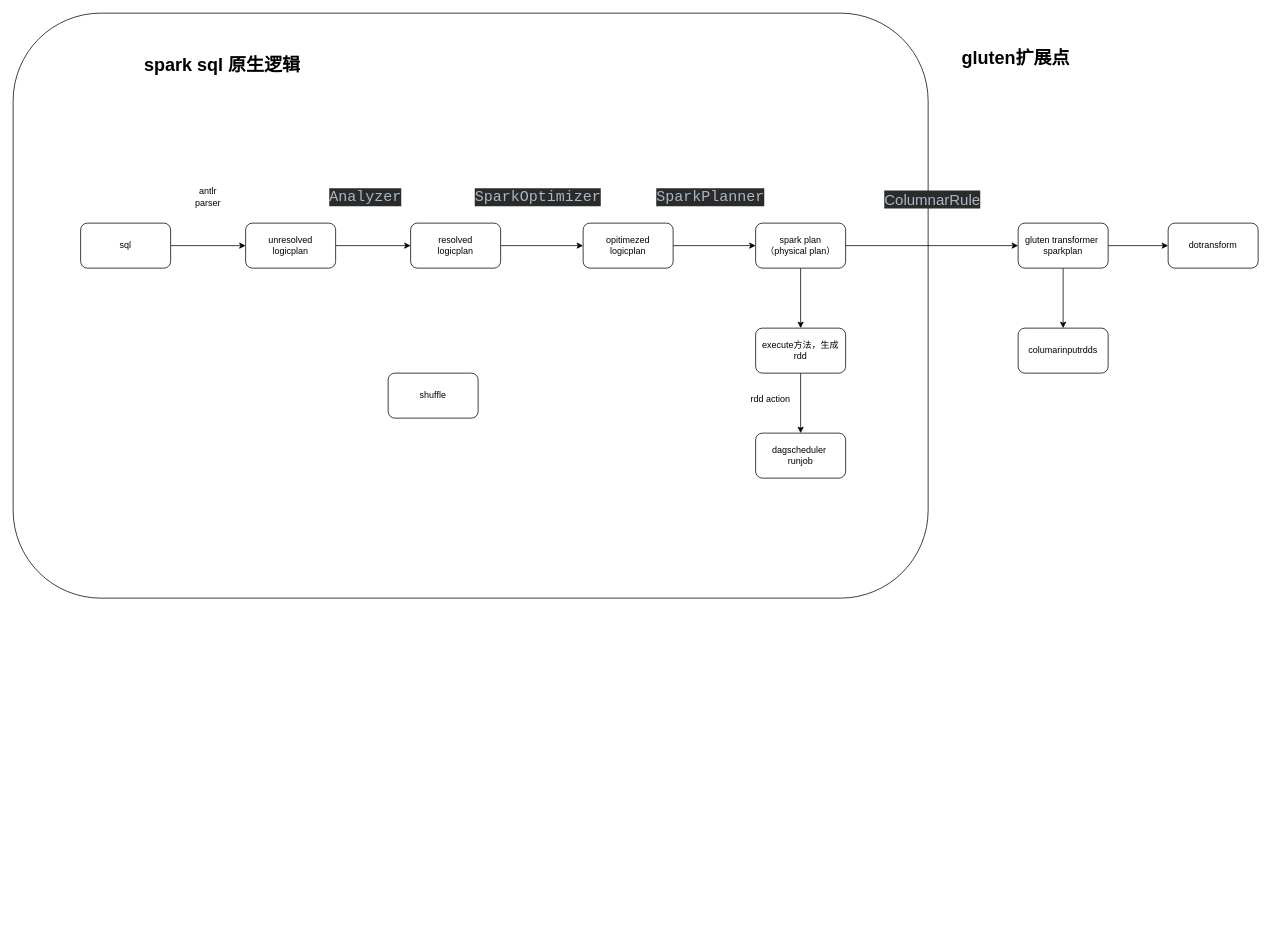
This is gluten架构图.drawio from yuhuali1989/ui, a draw.io file, before an edit. Source tidied: cells renumbered, new cells numbered last; positions are measured from the earlier drawing's top-left corner, leaving out a move shared by most shapes. Both pictures are drawn from the tidied source at 75%, with x=0, y=0 at pixel (13, 13).
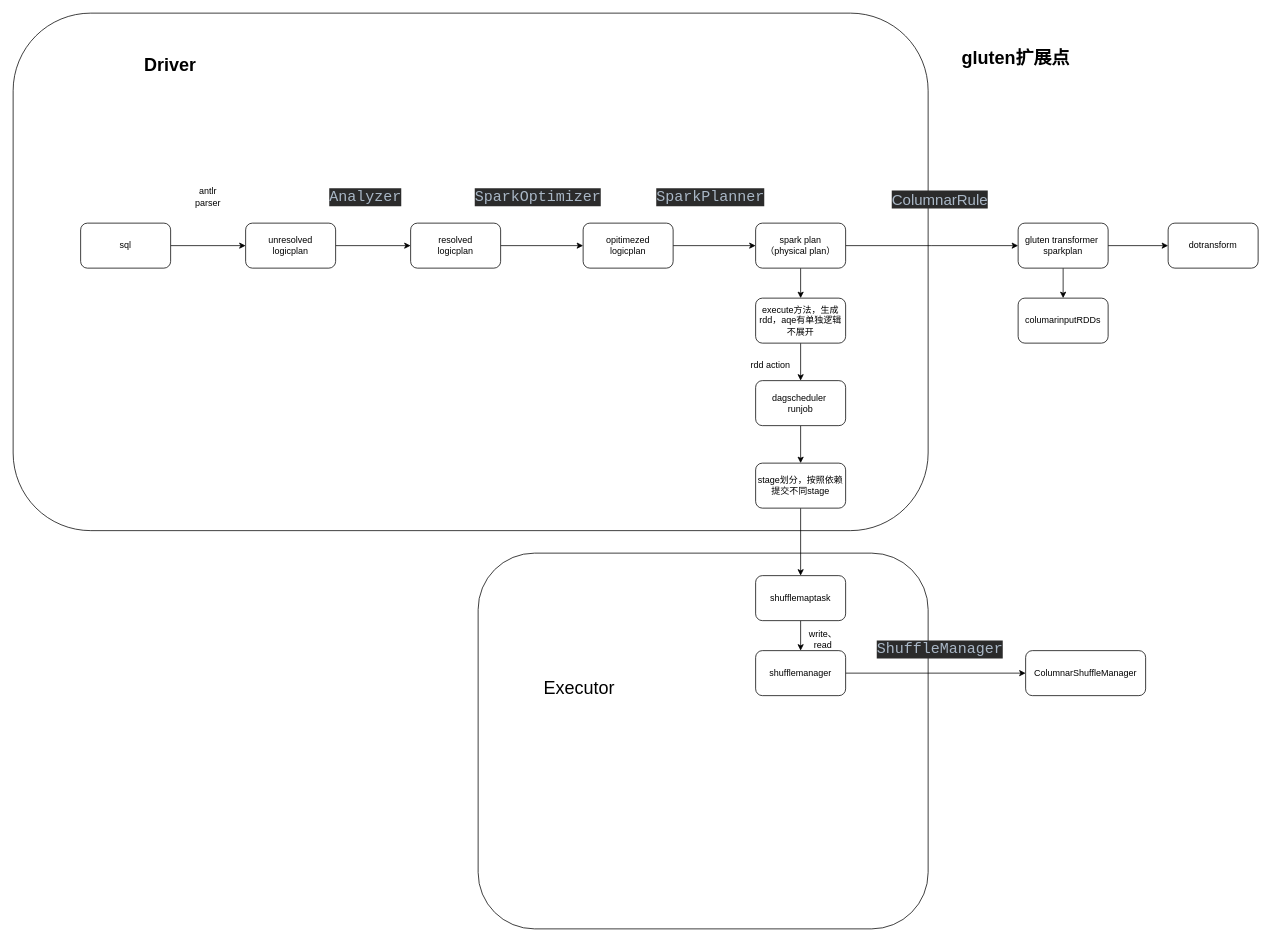
The same diagram, later.

Change to the diagram source:
```diff
@@
     <mxCell id="2" style="rounded=1;whiteSpace=wrap;html=1;" parent="1" vertex="1">
-      <mxGeometry width="1220" height="780" as="geometry" />
+      <mxGeometry width="1220" height="690" as="geometry" />
     </mxCell>
@@
-    <mxCell id="5" value="&lt;h1&gt;spark sql 原生逻辑&lt;/h1&gt;" style="text;html=1;strokeColor=none;fillColor=none;spacing=5;spacingTop=-20;whiteSpace=wrap;overflow=hidden;rounded=0;" parent="1" vertex="1">
+    <mxCell id="5" value="&lt;h1&gt;Driver&lt;/h1&gt;" style="text;html=1;strokeColor=none;fillColor=none;spacing=5;spacingTop=-20;whiteSpace=wrap;overflow=hidden;rounded=0;" parent="1" vertex="1">
       <mxGeometry x="170" y="50" width="280" height="80" as="geometry" />
     </mxCell>
@@
     <mxCell id="23" value="&lt;div style=&quot;background-color: rgb(43, 43, 43); color: rgb(169, 183, 198); font-family: Chalkboard; font-size: 15pt;&quot;&gt;ColumnarRule&lt;/div&gt;" style="text;whiteSpace=wrap;html=1;" parent="1" vertex="1">
-      <mxGeometry x="1160" y="230" width="150" height="50" as="geometry" />
+      <mxGeometry x="1170" y="230" width="150" height="50" as="geometry" />
     </mxCell>
-    <mxCell id="24" value="shuffle" style="rounded=1;whiteSpace=wrap;html=1;" parent="1" vertex="1">
-      <mxGeometry x="500" y="480" width="120" height="60" as="geometry" />
+    <mxCell id="24" style="rounded=1;whiteSpace=wrap;html=1;" parent="1" vertex="1">
+      <mxGeometry x="620" y="720" width="600" height="501" as="geometry" />
     </mxCell>
@@
-    <mxCell id="26" value="execute方法，生成rdd" style="rounded=1;whiteSpace=wrap;html=1;" parent="1" vertex="1">
-      <mxGeometry x="990" y="420" width="120" height="60" as="geometry" />
+    <mxCell id="26" value="execute方法，生成rdd，aqe有单独逻辑不展开" style="rounded=1;whiteSpace=wrap;html=1;" parent="1" vertex="1">
+      <mxGeometry x="990" y="380" width="120" height="60" as="geometry" />
     </mxCell>
-    <mxCell id="27" value="columarinputrdds" style="rounded=1;whiteSpace=wrap;html=1;" parent="1" vertex="1">
-      <mxGeometry x="1340" y="420" width="120" height="60" as="geometry" />
+    <mxCell id="27" value="columarinputRDDs" style="rounded=1;whiteSpace=wrap;html=1;" parent="1" vertex="1">
+      <mxGeometry x="1340" y="380" width="120" height="60" as="geometry" />
     </mxCell>
@@
+    <mxCell id="31" style="edgeStyle=orthogonalEdgeStyle;rounded=0;jettySize=auto;html=1;" parent="1" edge="1" source="29" target="33">
+      <mxGeometry relative="1" as="geometry" />
+    </mxCell>
     <mxCell id="29" value="dagscheduler&amp;nbsp;&lt;br&gt;runjob" style="rounded=1;whiteSpace=wrap;html=1;" parent="1" vertex="1">
-      <mxGeometry x="990" y="560" width="120" height="60" as="geometry" />
+      <mxGeometry x="990" y="490" width="120" height="60" as="geometry" />
     </mxCell>
     <mxCell id="30" value="rdd action" style="text;html=1;strokeColor=none;fillColor=none;align=center;verticalAlign=middle;whiteSpace=wrap;rounded=0;" parent="1" vertex="1">
-      <mxGeometry x="980" y="500" width="60" height="30" as="geometry" />
+      <mxGeometry x="980" y="454.5" width="60" height="30" as="geometry" />
     </mxCell>
+    <mxCell id="32" style="edgeStyle=orthogonalEdgeStyle;rounded=0;jettySize=auto;html=1;" parent="1" edge="1" source="33" target="36">
+      <mxGeometry relative="1" as="geometry" />
+    </mxCell>
+    <mxCell id="33" value="stage划分，按照依赖提交不同stage" style="rounded=1;whiteSpace=wrap;html=1;" parent="1" vertex="1">
+      <mxGeometry x="990" y="600" width="120" height="60" as="geometry" />
+    </mxCell>
+    <mxCell id="34" value="&lt;font style=&quot;font-size: 24px;&quot;&gt;Executor&lt;/font&gt;" style="text;html=1;strokeColor=none;fillColor=none;align=center;verticalAlign=middle;whiteSpace=wrap;rounded=0;" parent="1" vertex="1">
+      <mxGeometry x="690" y="870" width="130" height="60" as="geometry" />
+    </mxCell>
+    <mxCell id="35" style="edgeStyle=orthogonalEdgeStyle;rounded=0;jettySize=auto;html=1;" parent="1" edge="1" source="36" target="38">
+      <mxGeometry relative="1" as="geometry" />
+    </mxCell>
+    <mxCell id="36" value="shufflemaptask" style="whiteSpace=wrap;html=1;rounded=1;" parent="1" vertex="1">
+      <mxGeometry x="990" y="750" width="120" height="60" as="geometry" />
+    </mxCell>
+    <mxCell id="37" style="edgeStyle=orthogonalEdgeStyle;rounded=0;jettySize=auto;html=1;" parent="1" edge="1" source="38" target="39">
+      <mxGeometry relative="1" as="geometry" />
+    </mxCell>
+    <mxCell id="38" value="shufflemanager" style="whiteSpace=wrap;html=1;rounded=1;" parent="1" vertex="1">
+      <mxGeometry x="990" y="850" width="120" height="60" as="geometry" />
+    </mxCell>
+    <mxCell id="39" value="ColumnarShuffleManager" style="whiteSpace=wrap;html=1;rounded=1;" parent="1" vertex="1">
+      <mxGeometry x="1350" y="850" width="160" height="60" as="geometry" />
+    </mxCell>
+    <mxCell id="40" value="&lt;div style=&quot;background-color:#2b2b2b;color:#a9b7c6;font-family:'Chalkboard';font-size:15.0pt;&quot;&gt;&lt;pre&gt;ShuffleManager&lt;/pre&gt;&lt;/div&gt;" style="text;whiteSpace=wrap;html=1;" parent="1" vertex="1">
+      <mxGeometry x="1150" y="810" width="200" height="90" as="geometry" />
+    </mxCell>
+    <mxCell id="41" value="write、read" style="text;html=1;strokeColor=none;fillColor=none;align=center;verticalAlign=middle;whiteSpace=wrap;rounded=0;" parent="1" vertex="1">
+      <mxGeometry x="1050" y="820" width="60" height="30" as="geometry" />
+    </mxCell>
```
